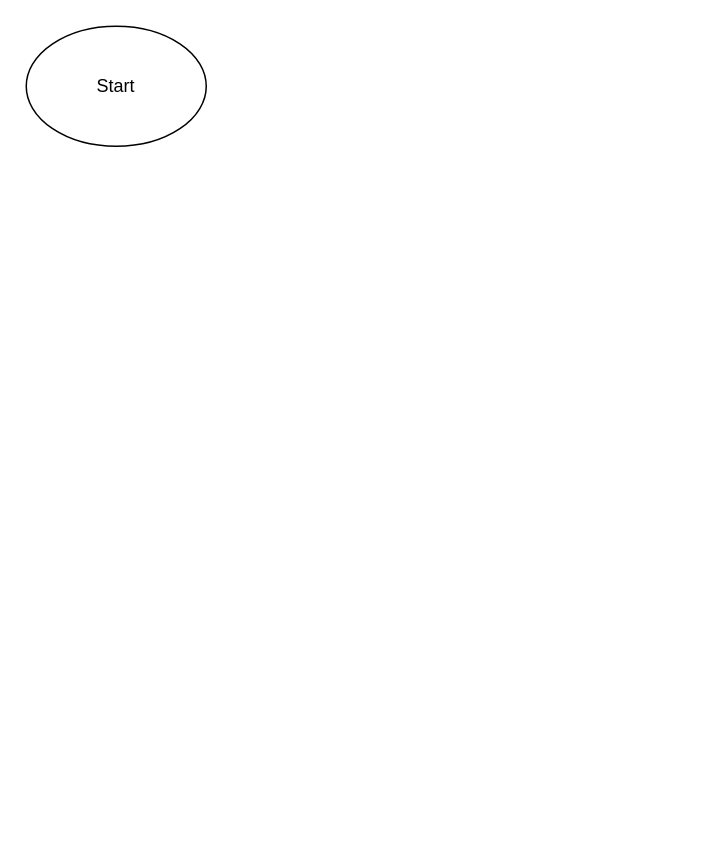
Before: .github/Refferences/flowchart.drawio in NPITX-programs/AdressBook, a draw.io diagram. Source tidied: cells renumbered, new cells numbered last; positions are measured from the earlier drawing's top-left corner, leaving out a move shared by most shapes. Both pictures are drawn from the tidied source at 150%, with x=0, y=0 at pixel (26, 26).
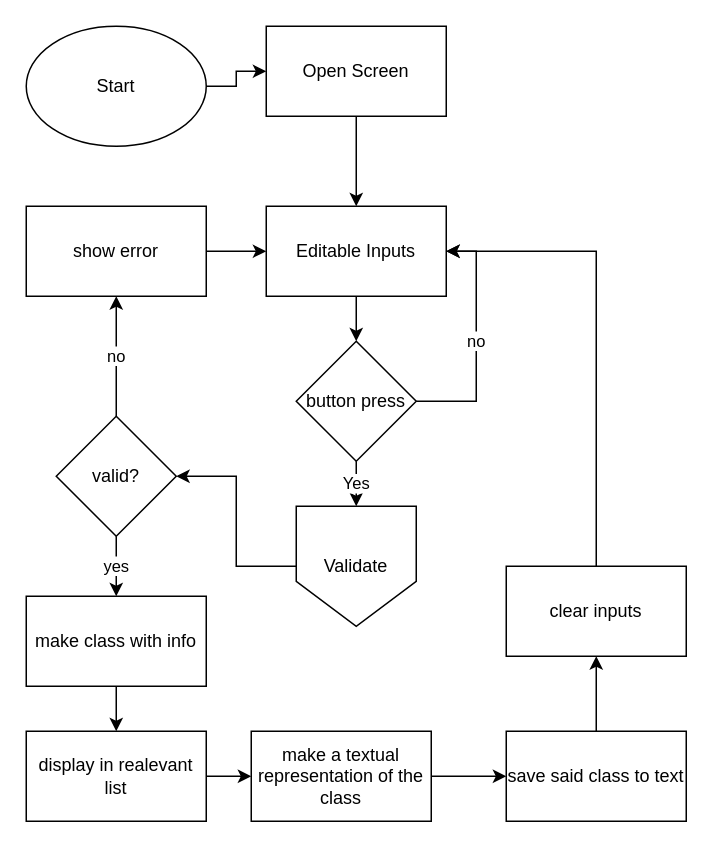
After the change.

Commit message:
basic flowchart

a bisc one for just the UI

Unchanged cells that the change refers to:
```xml
<mxCell id="2" value="Start" style="ellipse;whiteSpace=wrap;html=1;" parent="1" vertex="1">
  <mxGeometry width="120" height="80" as="geometry" />
</mxCell>
```

Change to the diagram source:
```diff
@@
+    <mxCell id="3" style="edgeStyle=orthogonalEdgeStyle;rounded=0;jettySize=auto;html=1;" parent="1" edge="1" source="2" target="5">
+      <mxGeometry relative="1" as="geometry" />
+    </mxCell>
@@
+    <mxCell id="4" style="edgeStyle=orthogonalEdgeStyle;rounded=0;jettySize=auto;html=1;" parent="1" edge="1" source="5" target="7">
+      <mxGeometry relative="1" as="geometry" />
+    </mxCell>
+    <mxCell id="5" value="Open Screen" style="rounded=0;whiteSpace=wrap;html=1;" parent="1" vertex="1">
+      <mxGeometry x="160" width="120" height="60" as="geometry" />
+    </mxCell>
+    <mxCell id="6" style="edgeStyle=orthogonalEdgeStyle;rounded=0;jettySize=auto;html=1;" parent="1" edge="1" source="7" target="10">
+      <mxGeometry relative="1" as="geometry" />
+    </mxCell>
+    <mxCell id="7" value="Editable Inputs" style="rounded=0;whiteSpace=wrap;html=1;" parent="1" vertex="1">
+      <mxGeometry x="160" y="120" width="120" height="60" as="geometry" />
+    </mxCell>
+    <mxCell id="8" value="no" style="edgeStyle=orthogonalEdgeStyle;rounded=0;jettySize=auto;html=1;entryX=1;entryY=0.5;entryDx=0;entryDy=0;" parent="1" edge="1" source="10" target="7">
+      <mxGeometry relative="1" as="geometry">
+        <Array as="points">
+          <mxPoint x="300" y="250" />
+          <mxPoint x="300" y="150" />
+        </Array>
+      </mxGeometry>
+    </mxCell>
+    <mxCell id="9" value="Yes" style="edgeStyle=orthogonalEdgeStyle;rounded=0;jettySize=auto;html=1;" parent="1" edge="1" source="10" target="12">
+      <mxGeometry relative="1" as="geometry" />
+    </mxCell>
+    <mxCell id="10" value="button press" style="rhombus;whiteSpace=wrap;html=1;" parent="1" vertex="1">
+      <mxGeometry x="180" y="210" width="80" height="80" as="geometry" />
+    </mxCell>
+    <mxCell id="11" style="edgeStyle=orthogonalEdgeStyle;rounded=0;jettySize=auto;html=1;entryX=1;entryY=0.5;entryDx=0;entryDy=0;" parent="1" edge="1" source="12" target="15">
+      <mxGeometry relative="1" as="geometry" />
+    </mxCell>
+    <mxCell id="12" value="Validate" style="shape=offPageConnector;whiteSpace=wrap;html=1;" parent="1" vertex="1">
+      <mxGeometry x="180" y="320" width="80" height="80" as="geometry" />
+    </mxCell>
+    <mxCell id="13" value="no" style="edgeStyle=orthogonalEdgeStyle;rounded=0;jettySize=auto;html=1;" parent="1" edge="1" source="15" target="17">
+      <mxGeometry relative="1" as="geometry" />
+    </mxCell>
+    <mxCell id="14" value="yes" style="edgeStyle=orthogonalEdgeStyle;rounded=0;jettySize=auto;html=1;" parent="1" edge="1" source="15" target="19">
+      <mxGeometry relative="1" as="geometry" />
+    </mxCell>
+    <mxCell id="15" value="valid?" style="rhombus;whiteSpace=wrap;html=1;" parent="1" vertex="1">
+      <mxGeometry x="20" y="260" width="80" height="80" as="geometry" />
+    </mxCell>
+    <mxCell id="16" style="edgeStyle=orthogonalEdgeStyle;rounded=0;jettySize=auto;html=1;" parent="1" edge="1" source="17" target="7">
+      <mxGeometry relative="1" as="geometry" />
+    </mxCell>
+    <mxCell id="17" value="show error" style="rounded=0;whiteSpace=wrap;html=1;" parent="1" vertex="1">
+      <mxGeometry y="120" width="120" height="60" as="geometry" />
+    </mxCell>
+    <mxCell id="18" style="edgeStyle=orthogonalEdgeStyle;rounded=0;jettySize=auto;html=1;" parent="1" edge="1" source="19" target="23">
+      <mxGeometry relative="1" as="geometry" />
+    </mxCell>
+    <mxCell id="19" value="make class with info" style="rounded=0;whiteSpace=wrap;html=1;" parent="1" vertex="1">
+      <mxGeometry y="380" width="120" height="60" as="geometry" />
+    </mxCell>
+    <mxCell id="20" style="edgeStyle=orthogonalEdgeStyle;rounded=0;jettySize=auto;html=1;" parent="1" edge="1" source="21" target="25">
+      <mxGeometry relative="1" as="geometry" />
+    </mxCell>
+    <mxCell id="21" value="make a textual representation of the class" style="rounded=0;whiteSpace=wrap;html=1;" parent="1" vertex="1">
+      <mxGeometry x="150" y="470" width="120" height="60" as="geometry" />
+    </mxCell>
+    <mxCell id="22" style="edgeStyle=orthogonalEdgeStyle;rounded=0;jettySize=auto;html=1;" parent="1" edge="1" source="23" target="21">
+      <mxGeometry relative="1" as="geometry" />
+    </mxCell>
+    <mxCell id="23" value="display in realevant list" style="rounded=0;whiteSpace=wrap;html=1;" parent="1" vertex="1">
+      <mxGeometry y="470" width="120" height="60" as="geometry" />
+    </mxCell>
+    <mxCell id="24" style="edgeStyle=orthogonalEdgeStyle;rounded=0;jettySize=auto;html=1;" parent="1" edge="1" source="25" target="27">
+      <mxGeometry relative="1" as="geometry" />
+    </mxCell>
+    <mxCell id="25" value="save said class to text" style="rounded=0;whiteSpace=wrap;html=1;" parent="1" vertex="1">
+      <mxGeometry x="320" y="470" width="120" height="60" as="geometry" />
+    </mxCell>
+    <mxCell id="26" style="edgeStyle=orthogonalEdgeStyle;rounded=0;jettySize=auto;html=1;entryX=1;entryY=0.5;entryDx=0;entryDy=0;" parent="1" edge="1" source="27" target="7">
+      <mxGeometry relative="1" as="geometry">
+        <Array as="points">
+          <mxPoint x="380" y="150" />
+        </Array>
+      </mxGeometry>
+    </mxCell>
+    <mxCell id="27" value="clear inputs" style="rounded=0;whiteSpace=wrap;html=1;" parent="1" vertex="1">
+      <mxGeometry x="320" y="360" width="120" height="60" as="geometry" />
+    </mxCell>
```
